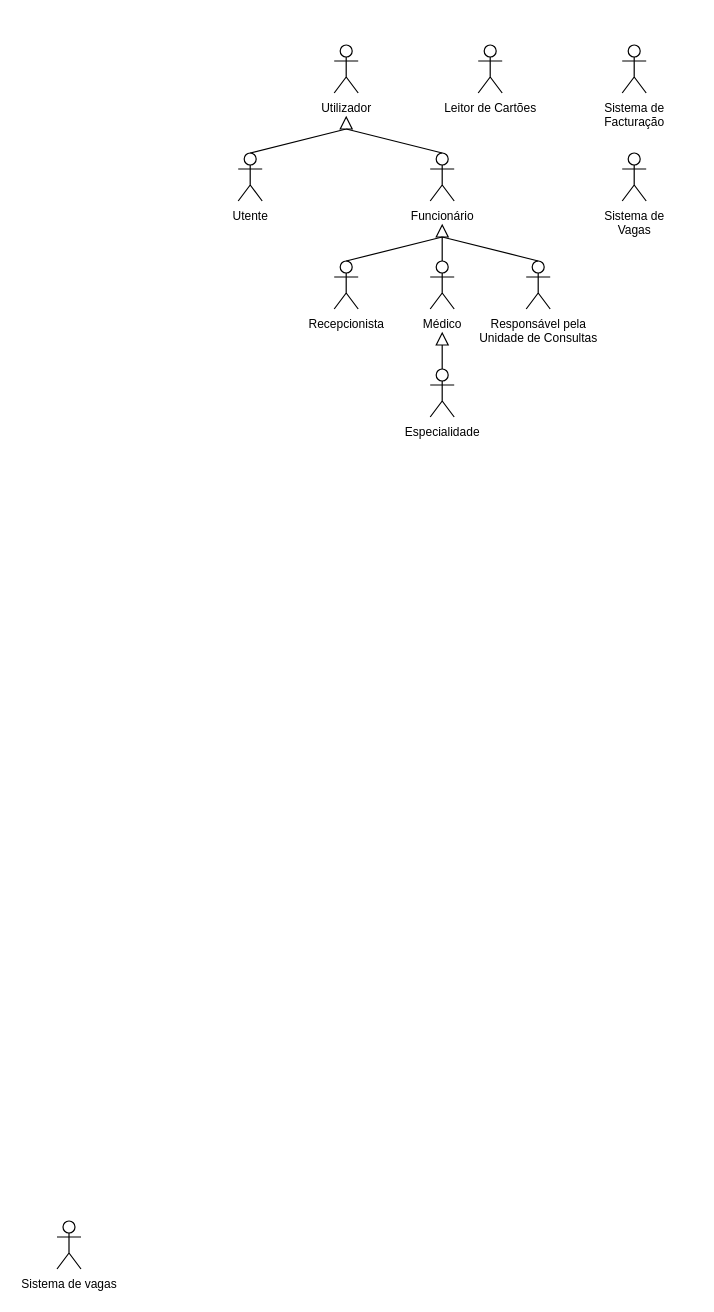
The draw.io diagram page "Actores" (7 of 7) of 1. Diagramas de Use Cases.drawio in carlan92/Hospital_Management_System, before the edit. Source tidied: cells renumbered, new cells numbered last; positions are measured from the earlier drawing's top-left corner, leaving out a move shared by most shapes. Both pictures are drawn from the tidied source at 120%, with x=0, y=0 at pixel (56, 20).
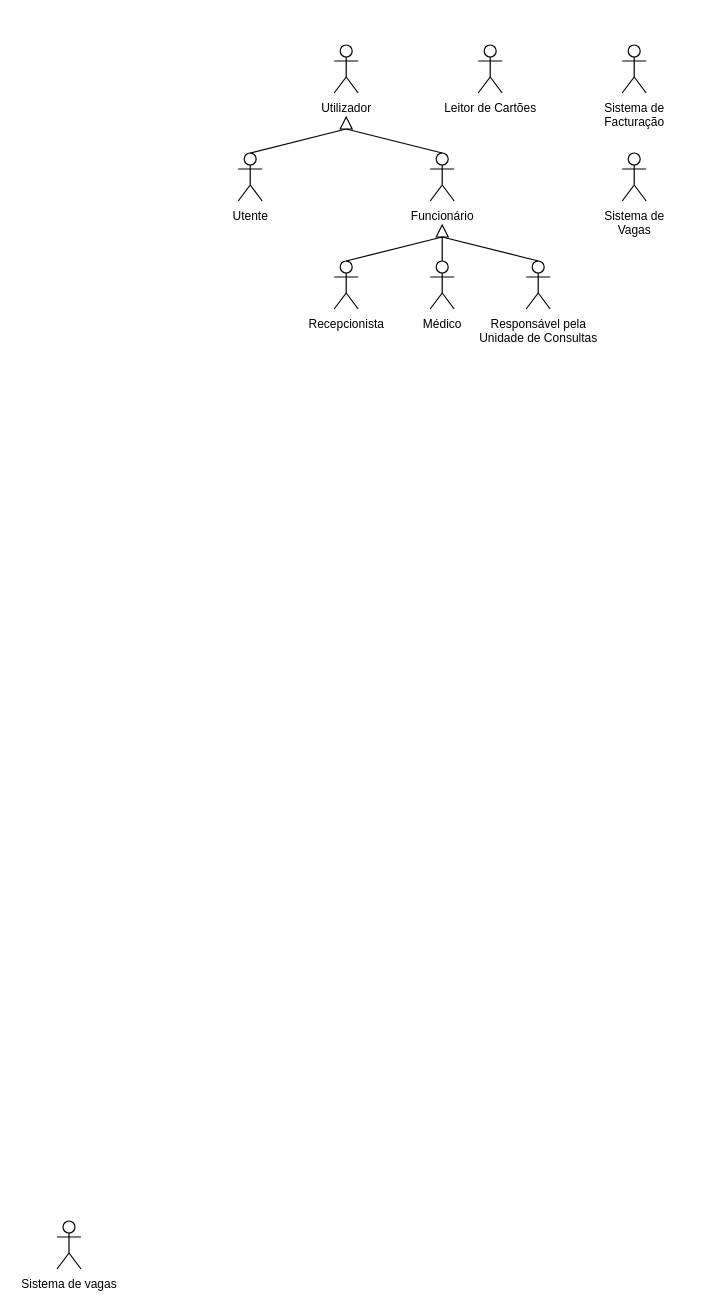
After the change.

Unchanged cells that the change refers to:
```xml
<mxCell id="16" style="group;fontSize=10;" parent="1" vertex="1">
  <mxGeometry x="311" y="200" width="20" height="70" as="geometry" />
</mxCell>
```

The edit, as a diff of the source:
```diff
@@
     <mxCell id="2" style="whiteSpace=wrap;html=1;fontSize=10;strokeColor=none;" parent="1" vertex="1">
-      <mxGeometry x="121" width="410" height="370" as="geometry" />
+      <mxGeometry x="121" width="410" height="290" as="geometry" />
     </mxCell>
@@
-    <mxCell id="8" value="Especialidade" style="shape=umlActor;verticalLabelPosition=bottom;verticalAlign=top;html=1;outlineConnect=0;fontSize=10;" parent="1" vertex="1">
-      <mxGeometry x="311" y="290" width="20" height="40" as="geometry" />
-    </mxCell>
@@
-    <mxCell id="18" style="triangle;whiteSpace=wrap;html=1;rotation=-90;fontSize=10;" parent="16" vertex="1">
-      <mxGeometry x="5" y="60" width="10" height="10" as="geometry" />
-    </mxCell>
-    <mxCell id="19" style="endArrow=none;html=1;exitX=0.5;exitY=0;exitDx=0;exitDy=0;exitPerimeter=0;entryX=0;entryY=0.5;entryDx=0;entryDy=0;fontSize=10;" parent="1" edge="1" source="8" target="18">
-      <mxGeometry relative="1" as="geometry" />
-    </mxCell>
```
